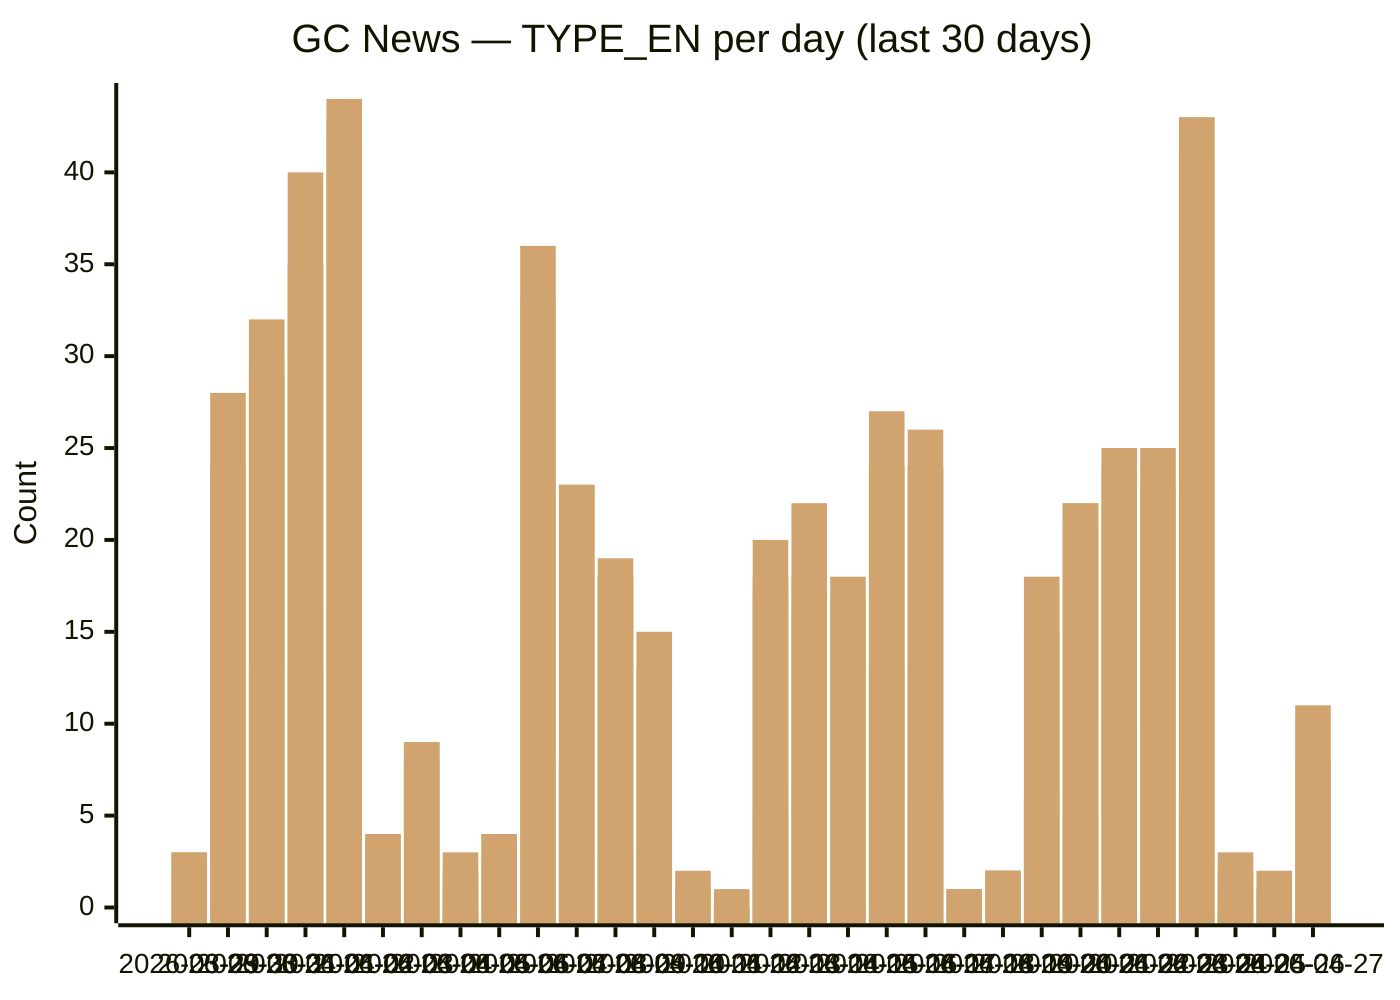
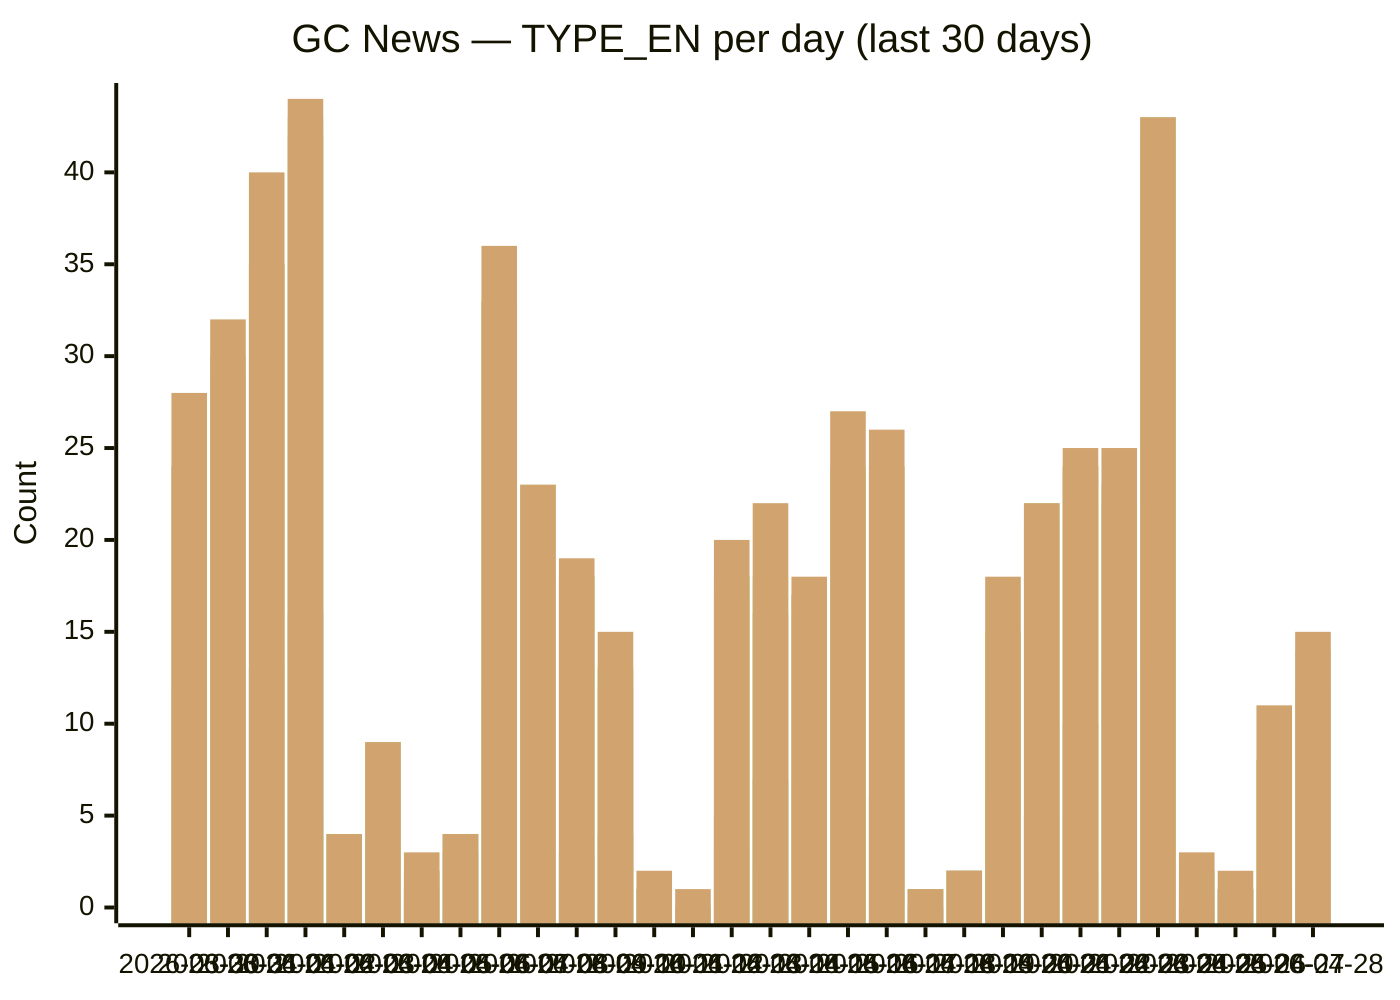
xychart-beta
  title "GC News — TYPE_EN per day (last 30 days)"
-   x-axis [2026-03-29, 2026-03-30, 2026-03-31, 2026-04-01, 2026-04-02, 2026-04-03, 2026-04-04, 2026-04-05, 2026-04-06, 2026-04-07, 2026-04-08, 2026-04-09, 2026-04-10, 2026-04-11, 2026-04-12, 2026-04-13, 2026-04-14, 2026-04-15, 2026-04-16, 2026-04-17, 2026-04-18, 2026-04-19, 2026-04-20, 2026-04-21, 2026-04-22, 2026-04-23, 2026-04-24, 2026-04-25, 2026-04-26, 2026-04-27]
+   x-axis [2026-03-30, 2026-03-31, 2026-04-01, 2026-04-02, 2026-04-03, 2026-04-04, 2026-04-05, 2026-04-06, 2026-04-07, 2026-04-08, 2026-04-09, 2026-04-10, 2026-04-11, 2026-04-12, 2026-04-13, 2026-04-14, 2026-04-15, 2026-04-16, 2026-04-17, 2026-04-18, 2026-04-19, 2026-04-20, 2026-04-21, 2026-04-22, 2026-04-23, 2026-04-24, 2026-04-25, 2026-04-26, 2026-04-27, 2026-04-28]
  y-axis "Count" 0 --> 44
-   bar backgrounders [0, 1, 3, 1, 5, 1, 0, 0, 0, 5, 1, 1, 0, 0, 0, 3, 2, 1, 0, 3, 0, 0, 3, 1, 2, 1, 5, 0, 0, 1]
-   bar "media advisories" [2, 12, 13, 13, 16, 2, 8, 1, 3, 12, 8, 3, 4, 1, 0, 5, 7, 7, 13, 6, 0, 2, 6, 5, 10, 13, 6, 0, 1, 1]
-   bar "news releases" [2, 24, 29, 35, 42, 4, 9, 2, 4, 33, 23, 18, 12, 1, 0, 17, 16, 17, 24, 24, 1, 2, 15, 21, 24, 22, 41, 1, 1, 8]
-   bar readouts [3, 24, 29, 35, 42, 4, 9, 2, 4, 33, 23, 18, 13, 1, 0, 18, 16, 17, 24, 24, 1, 2, 15, 22, 24, 22, 42, 2, 1, 8]
-   bar speeches [3, 24, 30, 35, 43, 4, 9, 2, 4, 33, 23, 18, 13, 1, 0, 18, 18, 17, 24, 24, 1, 2, 15, 22, 24, 23, 43, 2, 1, 8]
-   bar statements [3, 28, 32, 40, 44, 4, 9, 3, 4, 36, 23, 19, 15, 2, 1, 20, 22, 18, 27, 26, 1, 2, 18, 22, 25, 25, 43, 3, 2, 11]
+   bar backgrounders [1, 3, 1, 5, 1, 0, 0, 0, 5, 1, 1, 0, 0, 0, 3, 2, 1, 0, 3, 0, 0, 3, 1, 2, 1, 5, 0, 0, 1, 1]
+   bar "media advisories" [12, 13, 13, 16, 2, 8, 1, 3, 12, 8, 3, 4, 1, 0, 5, 7, 7, 13, 6, 0, 2, 6, 5, 10, 13, 6, 0, 1, 1, 7]
+   bar "news releases" [24, 29, 35, 42, 4, 9, 2, 4, 33, 23, 18, 12, 1, 0, 17, 16, 17, 24, 24, 1, 2, 15, 21, 24, 22, 41, 1, 1, 8, 11]
+   bar readouts [24, 29, 35, 42, 4, 9, 2, 4, 33, 23, 18, 13, 1, 0, 18, 16, 17, 24, 24, 1, 2, 15, 22, 24, 22, 42, 2, 1, 8, 12]
+   bar speeches [24, 30, 35, 43, 4, 9, 2, 4, 33, 23, 18, 13, 1, 0, 18, 18, 17, 24, 24, 1, 2, 15, 22, 24, 23, 43, 2, 1, 8, 14]
+   bar statements [28, 32, 40, 44, 4, 9, 3, 4, 36, 23, 19, 15, 2, 1, 20, 22, 18, 27, 26, 1, 2, 18, 22, 25, 25, 43, 3, 2, 11, 15]
